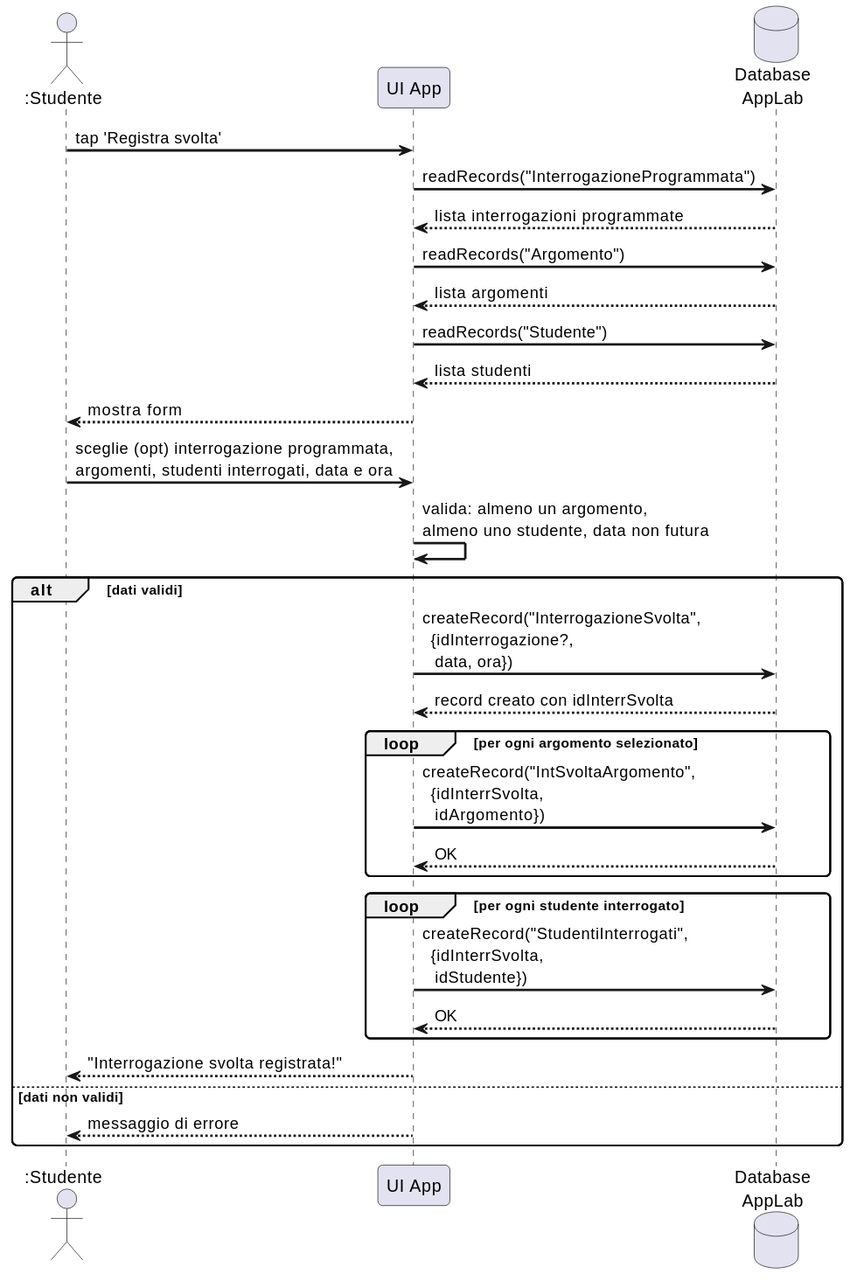
gionatamassibenincasa/study-together keeps this PlantUML diagram as images/sd-registra-svolta.svg. Above is the earlier version.
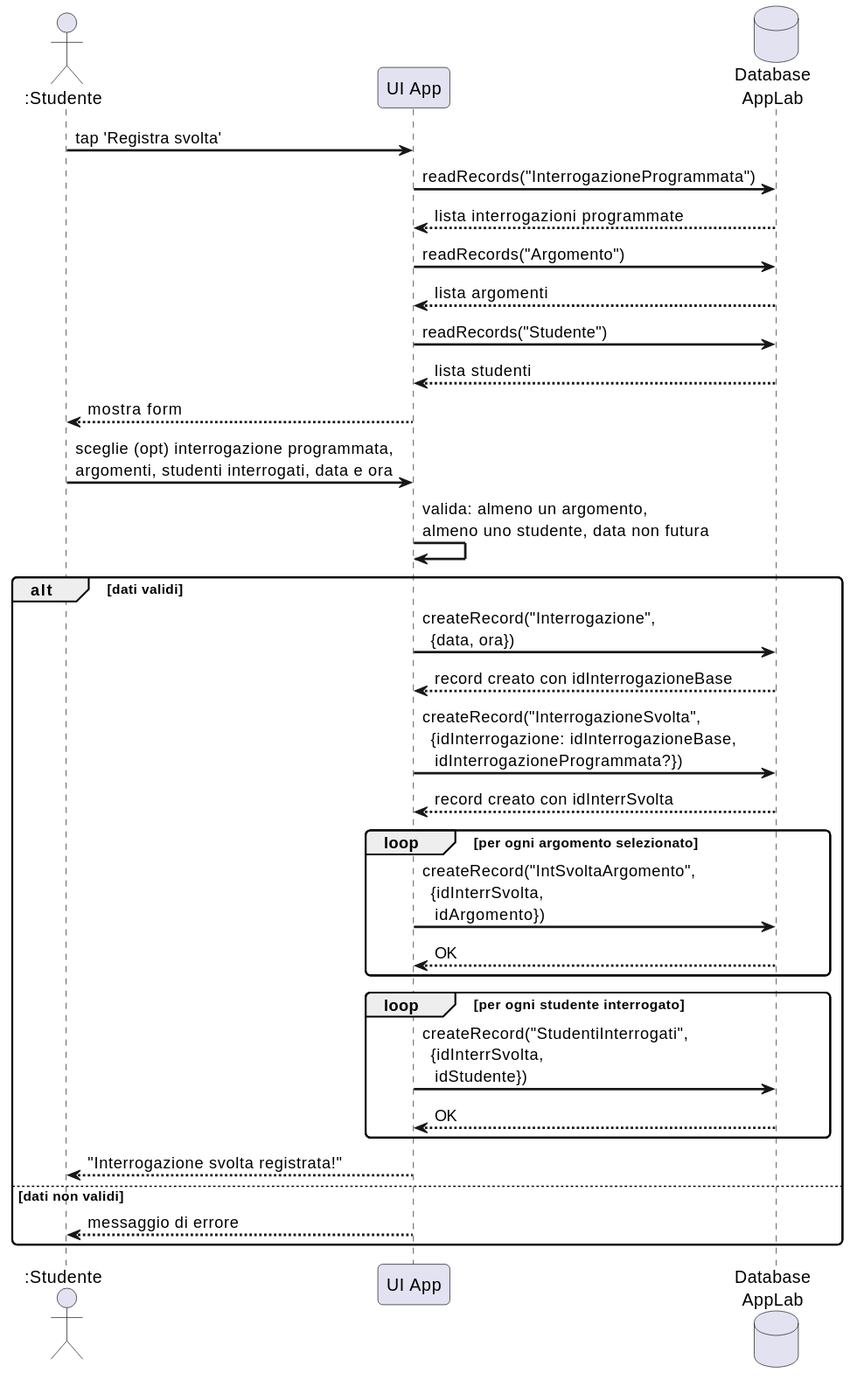
The same file after the commit.

Change to the diagram source:
```diff
@@ -22,7 +22,9 @@
 UI -> UI : valida: almeno un argomento,\nalmeno uno studente, data non futura
 
 alt dati validi
-  UI -> DB : createRecord("InterrogazioneSvolta",\n  {idInterrogazione?,\n   data, ora})
+  UI -> DB : createRecord("Interrogazione",\n  {data, ora})
+  DB --> UI : record creato con idInterrogazioneBase
+  UI -> DB : createRecord("InterrogazioneSvolta",\n  {idInterrogazione: idInterrogazioneBase,\n   idInterrogazioneProgrammata?})
   DB --> UI : record creato con idInterrSvolta
   loop per ogni argomento selezionato
     UI -> DB : createRecord("IntSvoltaArgomento",\n  {idInterrSvolta,\n   idArgomento})
```
